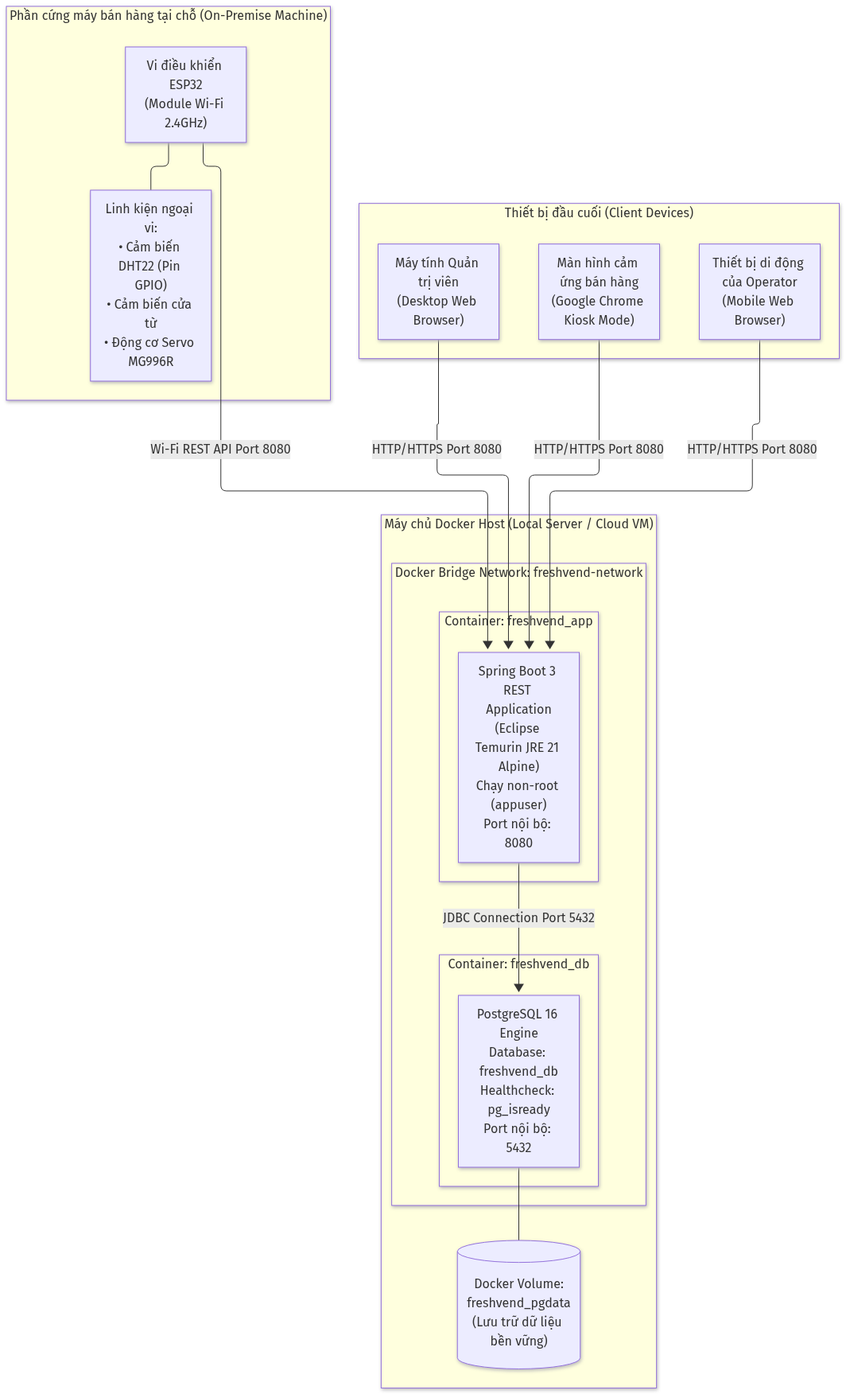
The Mermaid diagram diagrams/diagram_03_deployment.png in nguyenxuanhieu2903/Freshvend-test, before a commit. Its source is kept beside it as diagrams/diagram_03_deployment.mmd. Its diagram source:
```mermaid
flowchart TD
    subgraph Client_Devices["Thiết bị đầu cuối (Client Devices)"]
        T_SCREEN["Màn hình cảm ứng bán hàng<br/>(Google Chrome Kiosk Mode)"]
        OP_MOB["Thiết bị di động của Operator<br/>(Mobile Web Browser)"]
        AD_PC["Máy tính Quản trị viên<br/>(Desktop Web Browser)"]
    end

    subgraph Docker_Host["Máy chủ Docker Host (Local Server / Cloud VM)"]
        subgraph Docker_Network["Docker Bridge Network: freshvend-network"]
            subgraph Container_App["Container: freshvend_app"]
                APP["Spring Boot 3 REST Application<br/>(Eclipse Temurin JRE 21 Alpine)<br/>Chạy non-root (appuser)<br/>Port nội bộ: 8080"]
            end

            subgraph Container_DB["Container: freshvend_db"]
                PG["PostgreSQL 16 Engine<br/>Database: freshvend_db<br/>Healthcheck: pg_isready<br/>Port nội bộ: 5432"]
            end
        end

        VOL[("Docker Volume:<br/>freshvend_pgdata<br/>(Lưu trữ dữ liệu bền vững)")]
        PG --- VOL
    end

    subgraph Hardware_Node["Phần cứng máy bán hàng tại chỗ (On-Premise Machine)"]
        ESP32["Vi điều khiển ESP32<br/>(Module Wi-Fi 2.4GHz)"]
        SENS_ACT["Linh kiện ngoại vi:<br/>• Cảm biến DHT22 (Pin GPIO)<br/>• Cảm biến cửa từ<br/>• Động cơ Servo MG996R"]
        ESP32 --- SENS_ACT
    end

    T_SCREEN -->|"HTTP/HTTPS Port 8080"| APP
    OP_MOB -->|"HTTP/HTTPS Port 8080"| APP
    AD_PC -->|"HTTP/HTTPS Port 8080"| APP

    APP -->|"JDBC Connection Port 5432"| PG
    ESP32 -->|"Wi-Fi REST API Port 8080"| APP
```
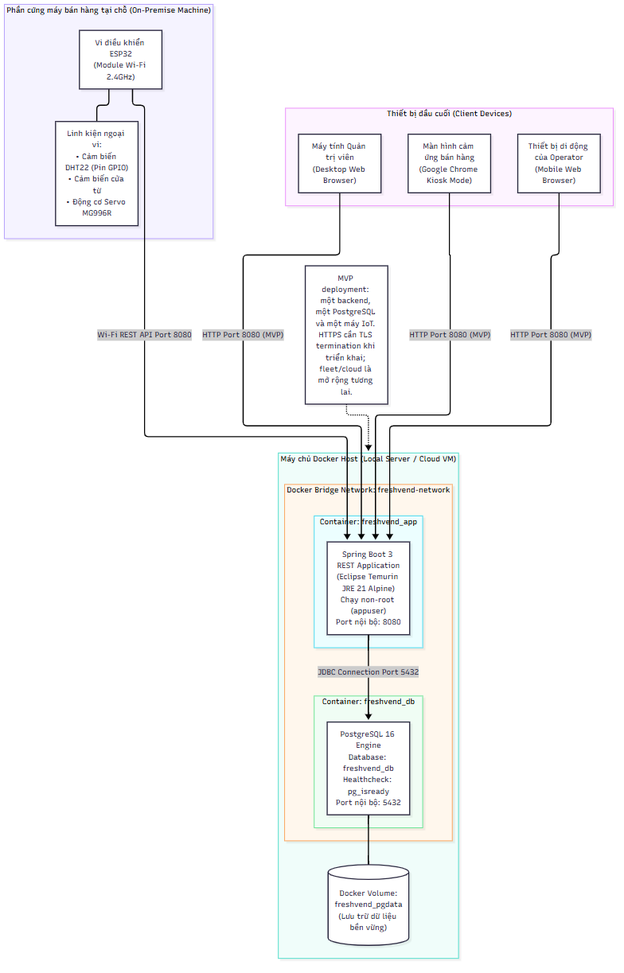
After the change.

Diff of the diagram source:
```diff
@@ -26,9 +26,12 @@
         ESP32 --- SENS_ACT
     end
 
-    T_SCREEN -->|"HTTP/HTTPS Port 8080"| APP
-    OP_MOB -->|"HTTP/HTTPS Port 8080"| APP
-    AD_PC -->|"HTTP/HTTPS Port 8080"| APP
+    T_SCREEN -->|"HTTP Port 8080 (MVP)"| APP
+    OP_MOB -->|"HTTP Port 8080 (MVP)"| APP
+    AD_PC -->|"HTTP Port 8080 (MVP)"| APP
 
     APP -->|"JDBC Connection Port 5432"| PG
     ESP32 -->|"Wi-Fi REST API Port 8080"| APP
+
+    SCOPE["MVP deployment: một backend, một PostgreSQL và một máy IoT. HTTPS cần TLS termination khi triển khai; fleet/cloud là mở rộng tương lai."]
+    SCOPE -.-> Docker_Host
```
